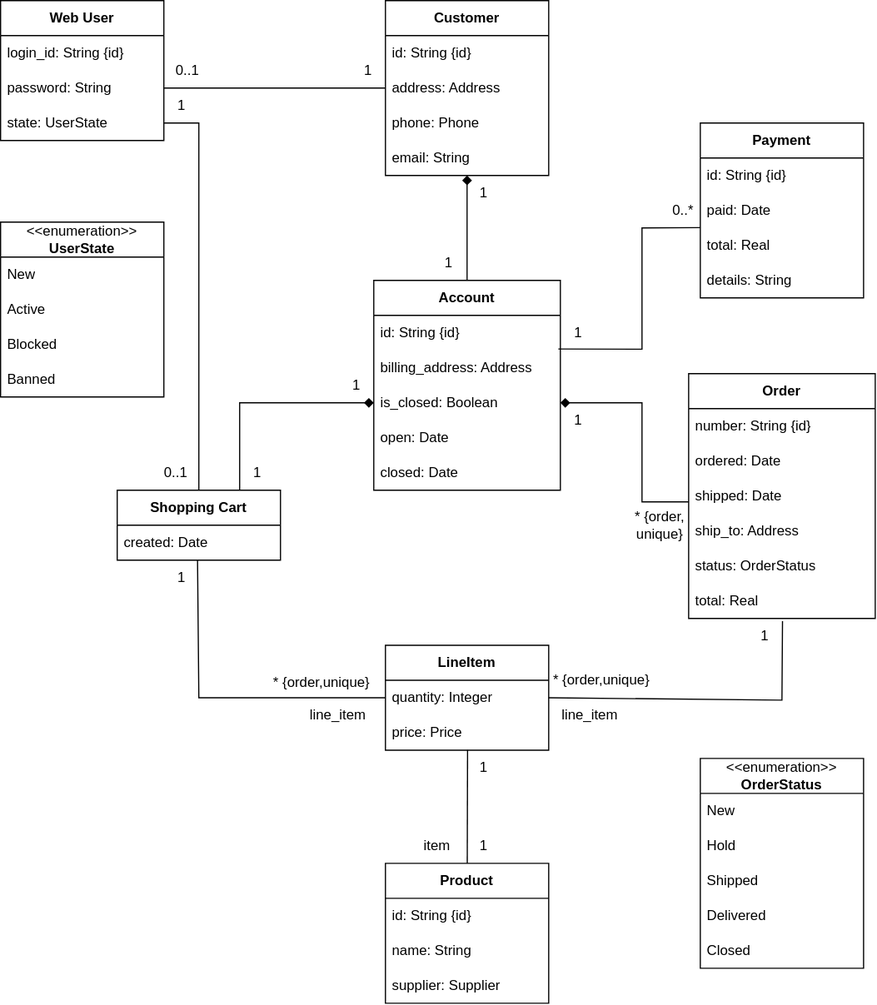
Earlier version of the draw.io export ClassDiagram.drawio.svg (minh071289/AI_system). Source tidied: cells renumbered, new cells last; positions are measured from the earlier drawing's top-left corner, leaving out a move shared by most shapes.
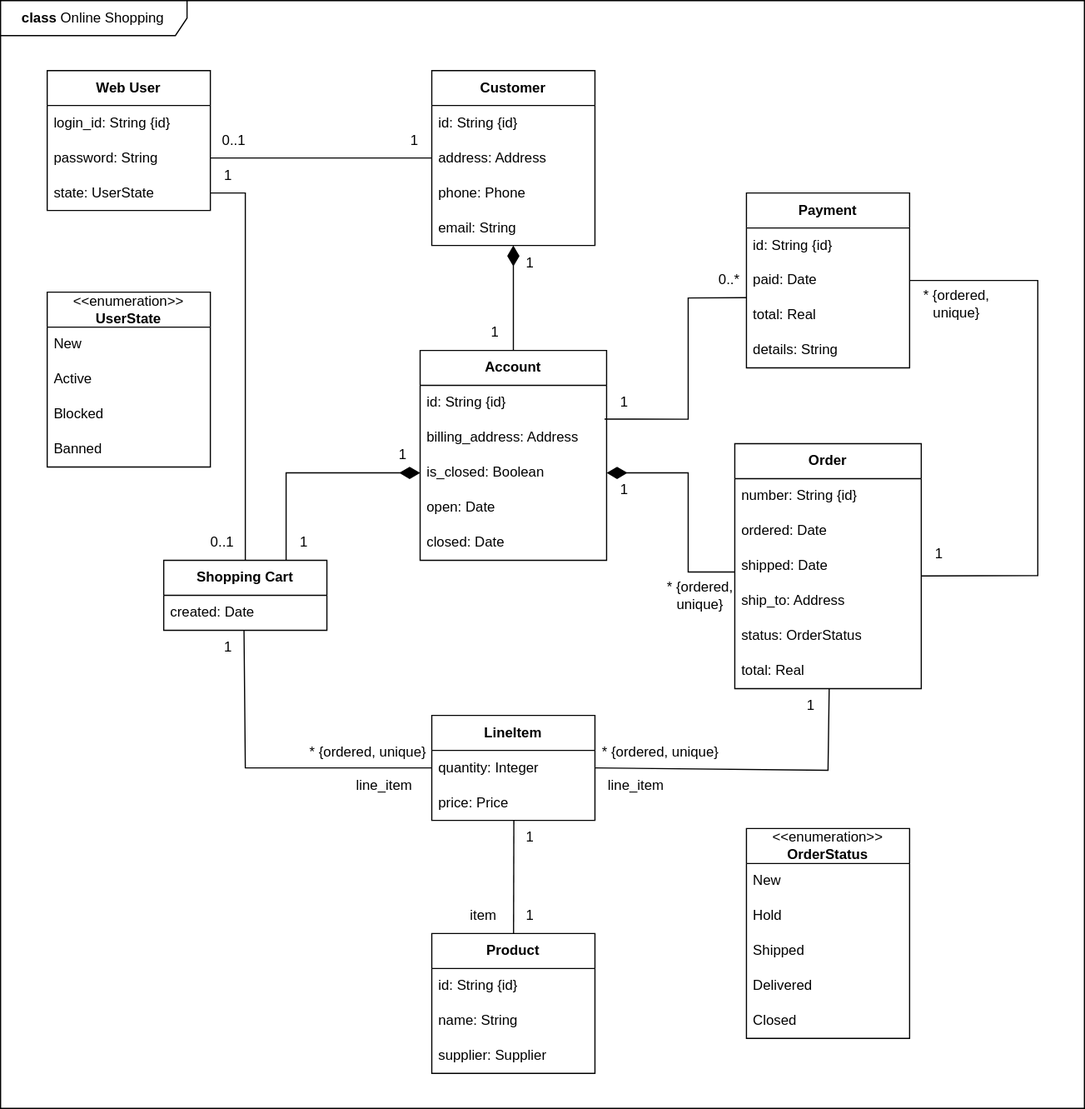
The same diagram one commit later.

Change to the diagram source:
```diff
@@ -2,6 +2,9 @@
   <root>
     <mxCell id="0" />
     <mxCell id="1" parent="0" />
+    <mxCell id="79" value="&lt;b&gt;class &lt;/b&gt;Online Shopping" style="shape=umlFrame;whiteSpace=wrap;html=1;width=160;height=30;swimlaneFillColor=default;" parent="1" vertex="1">
+      <mxGeometry x="-40" y="-60" width="930" height="950" as="geometry" />
+    </mxCell>
     <mxCell id="2" value="&lt;b&gt;Web User&lt;/b&gt;" style="swimlane;fontStyle=0;horizontal=1;startSize=30;whiteSpace=wrap;html=1;" parent="1" vertex="1">
       <mxGeometry width="140" height="120" as="geometry" />
     </mxCell>
@@ -113,7 +116,7 @@
     <mxCell id="38" style="endArrow=none;html=1;rounded=0;entryX=1;entryY=0.5;entryDx=0;entryDy=0;exitX=0;exitY=0.5;exitDx=0;exitDy=0;" parent="1" edge="1" source="8" target="4">
       <mxGeometry relative="1" as="geometry" />
     </mxCell>
-    <mxCell id="39" style="endArrow=none;html=1;rounded=0;entryX=0.5;entryY=0;entryDx=0;entryDy=0;endFill=1;startArrow=diamond;startFill=1;" parent="1" edge="1" source="10" target="11">
+    <mxCell id="39" style="endArrow=none;html=1;rounded=0;entryX=0.5;entryY=0;entryDx=0;entryDy=0;endFill=1;startArrow=diamondThin;startFill=1;startSize=15;" parent="1" edge="1" source="10" target="11">
       <mxGeometry relative="1" as="geometry" />
     </mxCell>
     <mxCell id="40" value="0..1" style="text;html=1;align=center;verticalAlign=middle;strokeColor=none;fillColor=none;" parent="1" vertex="1">
@@ -141,7 +144,7 @@
     <mxCell id="46" value="0..1" style="text;html=1;align=center;verticalAlign=middle;strokeColor=none;fillColor=none;" parent="1" vertex="1">
       <mxGeometry x="130" y="390" width="40" height="30" as="geometry" />
     </mxCell>
-    <mxCell id="47" style="endArrow=none;html=1;rounded=0;entryX=0.75;entryY=0;entryDx=0;entryDy=0;endFill=1;startArrow=diamond;startFill=1;exitX=0;exitY=0.5;exitDx=0;exitDy=0;" parent="1" edge="1" source="14" target="29">
+    <mxCell id="47" style="endArrow=none;html=1;rounded=0;entryX=0.75;entryY=0;entryDx=0;entryDy=0;endFill=1;startArrow=diamondThin;startFill=1;exitX=0;exitY=0.5;exitDx=0;exitDy=0;startSize=15;" parent="1" edge="1" source="14" target="29">
       <mxGeometry relative="1" as="geometry">
         <Array as="points">
           <mxPoint x="205" y="345" />
@@ -166,13 +169,13 @@
     <mxCell id="51" value="1" style="text;html=1;align=center;verticalAlign=middle;strokeColor=none;fillColor=none;" parent="1" vertex="1">
       <mxGeometry x="140" y="480" width="30" height="30" as="geometry" />
     </mxCell>
-    <mxCell id="52" value="* {order,unique}" style="text;html=1;align=center;verticalAlign=middle;strokeColor=none;fillColor=none;" parent="1" vertex="1">
-      <mxGeometry x="220" y="570" width="110" height="30" as="geometry" />
+    <mxCell id="52" value="* {ordered, unique}" style="text;html=1;align=center;verticalAlign=middle;strokeColor=none;fillColor=none;" parent="1" vertex="1">
+      <mxGeometry x="215" y="570" width="120" height="30" as="geometry" />
     </mxCell>
     <mxCell id="53" value="line_item" style="text;html=1;align=center;verticalAlign=middle;strokeColor=none;fillColor=none;" parent="1" vertex="1">
       <mxGeometry x="254" y="598" width="70" height="30" as="geometry" />
     </mxCell>
-    <mxCell id="54" style="endArrow=none;html=1;rounded=0;entryX=0;entryY=0.667;entryDx=0;entryDy=0;endFill=1;startArrow=diamond;startFill=1;exitX=1;exitY=0.5;exitDx=0;exitDy=0;entryPerimeter=0;" parent="1" edge="1" source="14" target="25">
+    <mxCell id="54" style="endArrow=none;html=1;rounded=0;entryX=0;entryY=0.667;entryDx=0;entryDy=0;endFill=1;startArrow=diamondThin;startFill=1;exitX=1;exitY=0.5;exitDx=0;exitDy=0;entryPerimeter=0;startSize=15;" parent="1" edge="1" source="14" target="25">
       <mxGeometry relative="1" as="geometry">
         <Array as="points">
           <mxPoint x="550" y="345" />
@@ -183,8 +186,8 @@
     <mxCell id="55" value="1" style="text;html=1;align=center;verticalAlign=middle;strokeColor=none;fillColor=none;" parent="1" vertex="1">
       <mxGeometry x="480" y="345" width="30" height="30" as="geometry" />
     </mxCell>
-    <mxCell id="56" value="* {order,&lt;div&gt;unique}&lt;/div&gt;" style="text;html=1;align=center;verticalAlign=middle;strokeColor=none;fillColor=none;" parent="1" vertex="1">
-      <mxGeometry x="530" y="430" width="70" height="40" as="geometry" />
+    <mxCell id="56" value="* {ordered,&lt;div&gt;unique}&lt;/div&gt;" style="text;html=1;align=center;verticalAlign=middle;strokeColor=none;fillColor=none;" parent="1" vertex="1">
+      <mxGeometry x="520" y="430" width="80" height="40" as="geometry" />
     </mxCell>
     <mxCell id="57" style="endArrow=none;html=1;rounded=0;entryX=0.989;entryY=-0.038;entryDx=0;entryDy=0;exitX=0.001;exitY=0.992;exitDx=0;exitDy=0;exitPerimeter=0;entryPerimeter=0;" parent="1" edge="1" source="19" target="13">
       <mxGeometry relative="1" as="geometry">
@@ -200,15 +203,16 @@
     <mxCell id="59" value="1" style="text;html=1;align=center;verticalAlign=middle;strokeColor=none;fillColor=none;" parent="1" vertex="1">
       <mxGeometry x="480" y="270" width="30" height="30" as="geometry" />
     </mxCell>
-    <mxCell id="60" style="endArrow=none;html=1;rounded=0;endFill=1;startArrow=none;startFill=0;exitX=1;exitY=0.5;exitDx=0;exitDy=0;entryX=0.503;entryY=1.075;entryDx=0;entryDy=0;entryPerimeter=0;" parent="1" edge="1" source="32" target="28">
+    <mxCell id="60" style="endArrow=none;html=1;rounded=0;endFill=1;startArrow=none;startFill=0;exitX=1;exitY=0.5;exitDx=0;exitDy=0;" parent="1" edge="1" source="32">
       <mxGeometry relative="1" as="geometry">
+        <mxPoint x="671" y="530" as="targetPoint" />
         <Array as="points">
           <mxPoint x="670" y="600" />
         </Array>
       </mxGeometry>
     </mxCell>
-    <mxCell id="61" value="* {order,unique}" style="text;html=1;align=center;verticalAlign=middle;strokeColor=none;fillColor=none;" parent="1" vertex="1">
-      <mxGeometry x="460" y="568" width="110" height="30" as="geometry" />
+    <mxCell id="61" value="* {ordered, unique}" style="text;html=1;align=center;verticalAlign=middle;strokeColor=none;fillColor=none;" parent="1" vertex="1">
+      <mxGeometry x="466" y="570" width="120" height="30" as="geometry" />
     </mxCell>
     <mxCell id="62" value="line_item" style="text;html=1;align=center;verticalAlign=middle;strokeColor=none;fillColor=none;" parent="1" vertex="1">
       <mxGeometry x="470" y="598" width="70" height="30" as="geometry" />
@@ -263,5 +267,19 @@
     <mxCell id="78" value="Closed" style="text;strokeColor=none;fillColor=none;align=left;verticalAlign=middle;spacingLeft=4;spacingRight=4;overflow=hidden;whiteSpace=wrap;html=1;" parent="73" vertex="1">
       <mxGeometry y="150" width="140" height="30" as="geometry" />
     </mxCell>
+    <mxCell id="80" style="endArrow=none;html=1;rounded=0;entryX=1.003;entryY=0.781;entryDx=0;entryDy=0;exitX=1;exitY=0.5;exitDx=0;exitDy=0;entryPerimeter=0;" parent="1" edge="1" source="19" target="25">
+      <mxGeometry relative="1" as="geometry">
+        <Array as="points">
+          <mxPoint x="850" y="180" />
+          <mxPoint x="850" y="433" />
+        </Array>
+      </mxGeometry>
+    </mxCell>
+    <mxCell id="81" value="1" style="text;html=1;align=center;verticalAlign=middle;strokeColor=none;fillColor=none;" parent="1" vertex="1">
+      <mxGeometry x="750" y="400" width="30" height="30" as="geometry" />
+    </mxCell>
+    <mxCell id="82" value="* {ordered,&lt;div&gt;unique}&lt;/div&gt;" style="text;html=1;align=center;verticalAlign=middle;strokeColor=none;fillColor=none;" parent="1" vertex="1">
+      <mxGeometry x="740" y="180" width="80" height="40" as="geometry" />
+    </mxCell>
   </root>
 </mxGraphModel>
```
